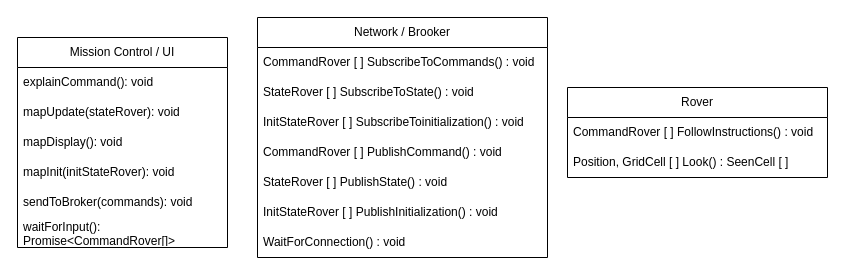
Above: page "Interfaces" (1 of 2) of schema.drawio in pvayssier/archi_logiciel (draw.io), before the change. Source tidied: cells renumbered, new cells numbered last; positions are measured from the earlier drawing's top-left corner, leaving out a move shared by most shapes. Both pictures are drawn from the tidied source at 100%, with x=0, y=0 at pixel (17, 17).
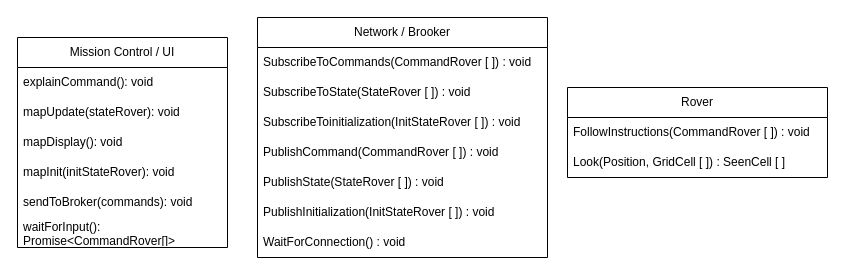
Above is the later version.

The edit, as a diff of the source:
```diff
@@
 <mxGraphModel>
   <root>
     <mxCell id="0" />
     <mxCell id="1" parent="0" />
     <mxCell id="2" value="Rover" style="swimlane;fontStyle=0;horizontal=1;startSize=30;whiteSpace=wrap;html=1;" parent="1" vertex="1">
       <mxGeometry x="550" y="70" width="260" height="90" as="geometry" />
     </mxCell>
-    <mxCell id="3" value="CommandRover [ ] FollowInstructions() : void" style="text;strokeColor=none;fillColor=none;align=left;verticalAlign=middle;spacingLeft=4;spacingRight=4;overflow=hidden;whiteSpace=wrap;html=1;" parent="2" vertex="1">
+    <mxCell id="3" value="FollowInstructions(CommandRover [ ]) : void" style="text;strokeColor=none;fillColor=none;align=left;verticalAlign=middle;spacingLeft=4;spacingRight=4;overflow=hidden;whiteSpace=wrap;html=1;" parent="2" vertex="1">
       <mxGeometry y="30" width="260" height="30" as="geometry" />
     </mxCell>
-    <mxCell id="4" value="Position, GridCell [ ] Look() : SeenCell [ ]" style="text;strokeColor=none;fillColor=none;align=left;verticalAlign=middle;spacingLeft=4;spacingRight=4;overflow=hidden;whiteSpace=wrap;html=1;" parent="2" vertex="1">
+    <mxCell id="4" value="Look(Position, GridCell [ ]) : SeenCell [ ]" style="text;strokeColor=none;fillColor=none;align=left;verticalAlign=middle;spacingLeft=4;spacingRight=4;overflow=hidden;whiteSpace=wrap;html=1;" parent="2" vertex="1">
       <mxGeometry y="60" width="260" height="30" as="geometry" />
     </mxCell>
     <mxCell id="5" value="Mission Control / UI" style="swimlane;fontStyle=0;horizontal=1;startSize=30;whiteSpace=wrap;html=1;" parent="1" vertex="1">
       <mxGeometry y="20" width="210" height="210" as="geometry" />
     </mxCell>
     <mxCell id="6" value="explainCommand(): void" style="text;strokeColor=none;fillColor=none;align=left;verticalAlign=middle;spacingLeft=4;spacingRight=4;overflow=hidden;whiteSpace=wrap;html=1;" parent="5" vertex="1">
       <mxGeometry y="30" width="210" height="30" as="geometry" />
     </mxCell>
     <mxCell id="7" value="mapUpdate(stateRover): void" style="text;strokeColor=none;fillColor=none;align=left;verticalAlign=middle;spacingLeft=4;spacingRight=4;overflow=hidden;whiteSpace=wrap;html=1;" parent="5" vertex="1">
       <mxGeometry y="60" width="210" height="30" as="geometry" />
     </mxCell>
     <mxCell id="8" value="mapDisplay(): void" style="text;strokeColor=none;fillColor=none;align=left;verticalAlign=middle;spacingLeft=4;spacingRight=4;overflow=hidden;whiteSpace=wrap;html=1;" parent="5" vertex="1">
       <mxGeometry y="90" width="210" height="30" as="geometry" />
     </mxCell>
     <mxCell id="9" value="mapInit(initStateRover): void" style="text;strokeColor=none;fillColor=none;align=left;verticalAlign=middle;spacingLeft=4;spacingRight=4;overflow=hidden;whiteSpace=wrap;html=1;" parent="5" vertex="1">
       <mxGeometry y="120" width="210" height="30" as="geometry" />
     </mxCell>
     <mxCell id="10" value="sendToBroker(commands): void" style="text;strokeColor=none;fillColor=none;align=left;verticalAlign=middle;spacingLeft=4;spacingRight=4;overflow=hidden;whiteSpace=wrap;html=1;" parent="5" vertex="1">
       <mxGeometry y="150" width="210" height="30" as="geometry" />
     </mxCell>
     <mxCell id="11" value="waitForInput(): Promise&amp;lt;CommandRover[]&amp;gt;" style="text;strokeColor=none;fillColor=none;align=left;verticalAlign=middle;spacingLeft=4;spacingRight=4;overflow=hidden;whiteSpace=wrap;html=1;" parent="5" vertex="1">
       <mxGeometry y="180" width="210" height="30" as="geometry" />
     </mxCell>
     <mxCell id="12" value="Network / Brooker" style="swimlane;fontStyle=0;horizontal=1;startSize=30;whiteSpace=wrap;html=1;" parent="1" vertex="1">
       <mxGeometry x="240" width="290" height="240" as="geometry" />
     </mxCell>
-    <mxCell id="13" value="CommandRover [ ] SubscribeToCommands() : void" style="text;strokeColor=none;fillColor=none;align=left;verticalAlign=middle;spacingLeft=4;spacingRight=4;overflow=hidden;whiteSpace=wrap;html=1;" parent="12" vertex="1">
+    <mxCell id="13" value="SubscribeToCommands(CommandRover [ ]) : void" style="text;strokeColor=none;fillColor=none;align=left;verticalAlign=middle;spacingLeft=4;spacingRight=4;overflow=hidden;whiteSpace=wrap;html=1;" parent="12" vertex="1">
       <mxGeometry y="30" width="290" height="30" as="geometry" />
     </mxCell>
-    <mxCell id="14" value="StateRover [ ] SubscribeToState() : void" style="text;strokeColor=none;fillColor=none;align=left;verticalAlign=middle;spacingLeft=4;spacingRight=4;overflow=hidden;whiteSpace=wrap;html=1;" parent="12" vertex="1">
+    <mxCell id="14" value="SubscribeToState(StateRover [ ]) : void" style="text;strokeColor=none;fillColor=none;align=left;verticalAlign=middle;spacingLeft=4;spacingRight=4;overflow=hidden;whiteSpace=wrap;html=1;" parent="12" vertex="1">
       <mxGeometry y="60" width="290" height="30" as="geometry" />
     </mxCell>
-    <mxCell id="15" value="InitStateRover [ ] SubscribeToinitialization() : void" style="text;strokeColor=none;fillColor=none;align=left;verticalAlign=middle;spacingLeft=4;spacingRight=4;overflow=hidden;whiteSpace=wrap;html=1;" parent="12" vertex="1">
+    <mxCell id="15" value="SubscribeToinitialization(InitStateRover [ ]) : void" style="text;strokeColor=none;fillColor=none;align=left;verticalAlign=middle;spacingLeft=4;spacingRight=4;overflow=hidden;whiteSpace=wrap;html=1;" parent="12" vertex="1">
       <mxGeometry y="90" width="290" height="30" as="geometry" />
     </mxCell>
-    <mxCell id="16" value="CommandRover [ ] PublishCommand() : void" style="text;strokeColor=none;fillColor=none;align=left;verticalAlign=middle;spacingLeft=4;spacingRight=4;overflow=hidden;whiteSpace=wrap;html=1;" parent="12" vertex="1">
+    <mxCell id="16" value="PublishCommand(CommandRover [ ]) : void" style="text;strokeColor=none;fillColor=none;align=left;verticalAlign=middle;spacingLeft=4;spacingRight=4;overflow=hidden;whiteSpace=wrap;html=1;" parent="12" vertex="1">
       <mxGeometry y="120" width="290" height="30" as="geometry" />
     </mxCell>
-    <mxCell id="17" value="StateRover [ ] PublishState() : void" style="text;strokeColor=none;fillColor=none;align=left;verticalAlign=middle;spacingLeft=4;spacingRight=4;overflow=hidden;whiteSpace=wrap;html=1;" parent="12" vertex="1">
+    <mxCell id="17" value="PublishState(StateRover [ ]) : void" style="text;strokeColor=none;fillColor=none;align=left;verticalAlign=middle;spacingLeft=4;spacingRight=4;overflow=hidden;whiteSpace=wrap;html=1;" parent="12" vertex="1">
       <mxGeometry y="150" width="290" height="30" as="geometry" />
     </mxCell>
-    <mxCell id="18" value="InitStateRover [ ] PublishInitialization() : void" style="text;strokeColor=none;fillColor=none;align=left;verticalAlign=middle;spacingLeft=4;spacingRight=4;overflow=hidden;whiteSpace=wrap;html=1;" parent="12" vertex="1">
+    <mxCell id="18" value="PublishInitialization(InitStateRover [ ]) : void" style="text;strokeColor=none;fillColor=none;align=left;verticalAlign=middle;spacingLeft=4;spacingRight=4;overflow=hidden;whiteSpace=wrap;html=1;" parent="12" vertex="1">
       <mxGeometry y="180" width="290" height="30" as="geometry" />
     </mxCell>
     <mxCell id="19" value="WaitForConnection() : void" style="text;strokeColor=none;fillColor=none;align=left;verticalAlign=middle;spacingLeft=4;spacingRight=4;overflow=hidden;whiteSpace=wrap;html=1;" parent="12" vertex="1">
       <mxGeometry y="210" width="290" height="30" as="geometry" />
     </mxCell>
   </root>
 </mxGraphModel>
```
